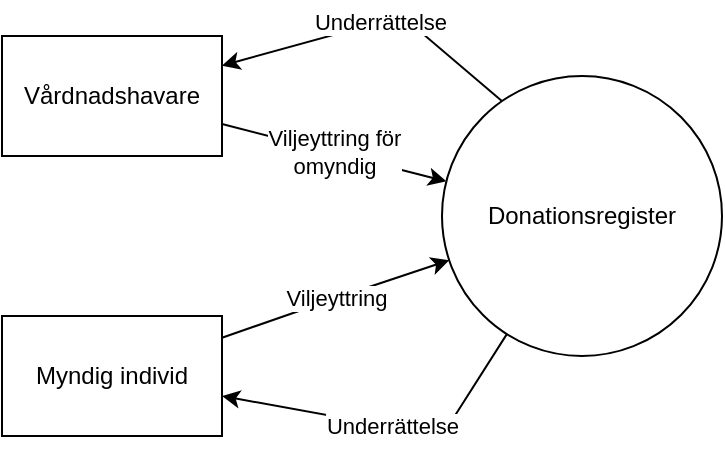
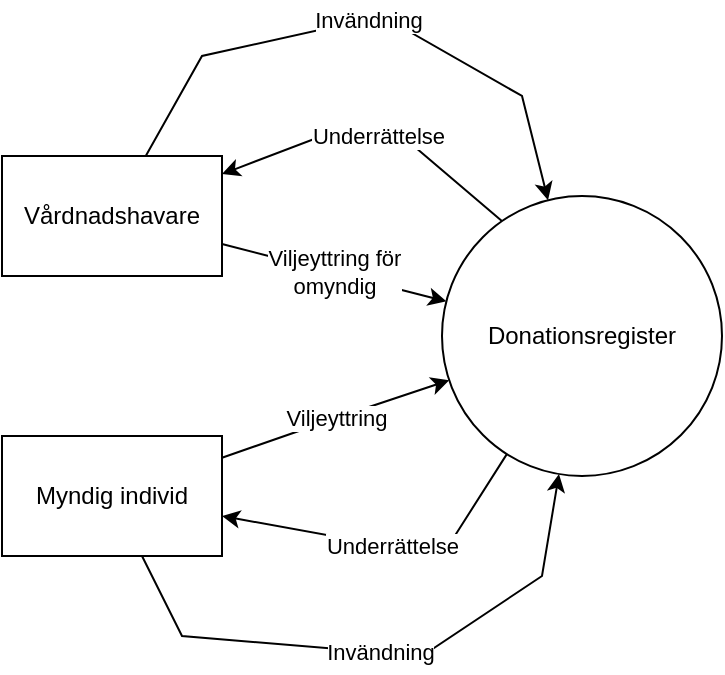
<mxfile host="app.diagrams.net">
  <diagram name="Sida-1" id="F3DC_KPKV7Cfi4B8QXFW">
    <mxGraphModel dx="803" dy="454" grid="1" gridSize="10" guides="1" tooltips="1" connect="1" arrows="1" fold="1" page="1" pageScale="1" pageWidth="1654" pageHeight="1169" math="0" shadow="0">
      <root>
        <mxCell id="0" />
        <mxCell id="1" parent="0" />
        <mxCell id="8-SjN_EHFgN-SorVCnXN-8" edge="1" parent="1" source="8-SjN_EHFgN-SorVCnXN-1" style="edgeStyle=none;shape=connector;rounded=0;orthogonalLoop=1;jettySize=auto;html=1;strokeColor=default;align=center;verticalAlign=middle;fontFamily=Helvetica;fontSize=11;fontColor=default;labelBackgroundColor=default;endArrow=classic;exitX=0.238;exitY=0.11;exitDx=0;exitDy=0;exitPerimeter=0;" target="8-SjN_EHFgN-SorVCnXN-2" value="Underrättelse">
          <mxGeometry relative="1" as="geometry">
            <Array as="points">
              <mxPoint x="270" y="300" />
+               <mxPoint x="230" y="300" />
            </Array>
          </mxGeometry>
        </mxCell>
        <mxCell id="8-SjN_EHFgN-SorVCnXN-9" edge="1" parent="1" source="8-SjN_EHFgN-SorVCnXN-1" style="edgeStyle=none;shape=connector;rounded=0;orthogonalLoop=1;jettySize=auto;html=1;strokeColor=default;align=center;verticalAlign=middle;fontFamily=Helvetica;fontSize=11;fontColor=default;labelBackgroundColor=default;endArrow=classic;" target="8-SjN_EHFgN-SorVCnXN-4" value="Underrättelse">
          <mxGeometry relative="1" as="geometry">
            <Array as="points">
              <mxPoint x="290" y="510" />
            </Array>
          </mxGeometry>
        </mxCell>
        <mxCell id="8-SjN_EHFgN-SorVCnXN-1" parent="1" style="ellipse;whiteSpace=wrap;html=1;aspect=fixed;" value="Donationsregister" vertex="1">
          <mxGeometry height="140" width="140" x="290" y="330" as="geometry" />
        </mxCell>
        <mxCell id="8-SjN_EHFgN-SorVCnXN-5" edge="1" parent="1" source="8-SjN_EHFgN-SorVCnXN-2" style="rounded=0;orthogonalLoop=1;jettySize=auto;html=1;strokeColor=default;align=center;verticalAlign=middle;fontFamily=Helvetica;fontSize=11;fontColor=default;labelBackgroundColor=default;endArrow=classic;" target="8-SjN_EHFgN-SorVCnXN-1" value="Viljeyttring för&lt;div&gt;omyndig&lt;/div&gt;">
          <mxGeometry relative="1" as="geometry" />
        </mxCell>
+         <mxCell id="vmO4fVELBJI4xzzginw8-1" edge="1" parent="1" source="8-SjN_EHFgN-SorVCnXN-2" style="edgeStyle=none;shape=connector;rounded=0;orthogonalLoop=1;jettySize=auto;html=1;strokeColor=default;align=center;verticalAlign=middle;fontFamily=Helvetica;fontSize=11;fontColor=default;labelBackgroundColor=default;endArrow=classic;" target="8-SjN_EHFgN-SorVCnXN-1" value="Invändning">
+           <mxGeometry relative="1" as="geometry">
+             <Array as="points">
+               <mxPoint x="170" y="260" />
+               <mxPoint x="260" y="240" />
+               <mxPoint x="330" y="280" />
+             </Array>
+           </mxGeometry>
+         </mxCell>
        <mxCell id="8-SjN_EHFgN-SorVCnXN-2" parent="1" style="rounded=0;whiteSpace=wrap;html=1;" value="Vårdnadshavare" vertex="1">
          <mxGeometry height="60" width="110" x="70" y="310" as="geometry" />
        </mxCell>
        <mxCell id="8-SjN_EHFgN-SorVCnXN-7" edge="1" parent="1" source="8-SjN_EHFgN-SorVCnXN-4" style="shape=connector;rounded=0;orthogonalLoop=1;jettySize=auto;html=1;strokeColor=default;align=center;verticalAlign=middle;fontFamily=Helvetica;fontSize=11;fontColor=default;labelBackgroundColor=default;endArrow=classic;" target="8-SjN_EHFgN-SorVCnXN-1" value="Viljeyttring">
          <mxGeometry relative="1" as="geometry">
            <Array as="points">
              <mxPoint x="240" y="440" />
            </Array>
          </mxGeometry>
        </mxCell>
+         <mxCell id="vmO4fVELBJI4xzzginw8-2" edge="1" parent="1" source="8-SjN_EHFgN-SorVCnXN-4" style="edgeStyle=none;shape=connector;rounded=0;orthogonalLoop=1;jettySize=auto;html=1;strokeColor=default;align=center;verticalAlign=middle;fontFamily=Helvetica;fontSize=11;fontColor=default;labelBackgroundColor=default;endArrow=classic;" target="8-SjN_EHFgN-SorVCnXN-1" value="Invändning">
+           <mxGeometry relative="1" as="geometry">
+             <Array as="points">
+               <mxPoint x="160" y="550" />
+               <mxPoint x="280" y="560" />
+               <mxPoint x="340" y="520" />
+             </Array>
+           </mxGeometry>
+         </mxCell>
        <mxCell id="8-SjN_EHFgN-SorVCnXN-4" parent="1" style="rounded=0;whiteSpace=wrap;html=1;" value="Myndig individ" vertex="1">
          <mxGeometry height="60" width="110" x="70" y="450" as="geometry" />
        </mxCell>
      </root>
    </mxGraphModel>
  </diagram>
</mxfile>
